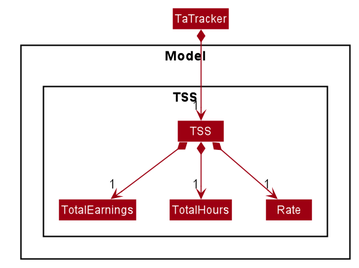
Above: docs/images/TssModelClassDiagram.png in nus-cs2103-AY1920S2/addressbook-level3 (PlantUML), before the change. Source of this version:
```plantuml
@startuml








skinparam BackgroundColor #FFFFFFF

skinparam Shadowing false

skinparam Class {
    FontColor #FFFFFF
    BorderThickness 1
    BorderColor #FFFFFF
    StereotypeFontColor #FFFFFF
    FontName Arial
}

skinparam Actor {
    BorderColor #000000
    Color #000000
    FontName Arial
}

skinparam Sequence {
    MessageAlign center
    BoxFontSize 15
    BoxPadding 0
    BoxFontColor #FFFFFF
    FontName Arial
}

skinparam Participant {
    FontColor #FFFFFFF
    Padding 20
}

skinparam MinClassWidth 50
skinparam ParticipantPadding 10
skinparam Shadowing false
skinparam DefaultTextAlignment center
skinparam packageStyle Rectangle

hide footbox
hide members
hide circle
package Model {

skinparam arrowThickness 1.1
skinparam arrowColor #9D0012
skinparam classBackgroundColor #9D0012

Package Model <<Rectangle>> {
package TSS {
class TSS
class TotalEarnings
class TotalHours
class Rate
}
}

Class HiddenOutside #FFFFFF

TaTracker *--> "1" TSS
TSS *-->"1" TotalEarnings
TSS *-->"1" TotalHours
TSS *-->"1" Rate

@enduml
```
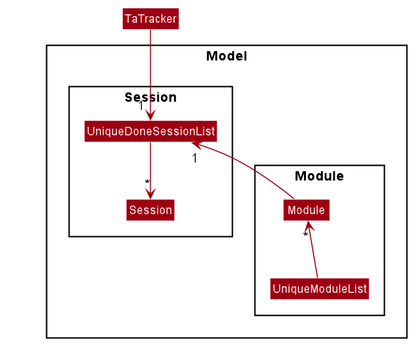
Later version of the same file.

Commit message:
Update TSS View model framework

The edit, as a diff of the source:
```diff
@@ -54,19 +54,22 @@
 skinparam classBackgroundColor #9D0012
 
 Package Model <<Rectangle>> {
-package TSS {
-class TSS
-class TotalEarnings
-class TotalHours
-class Rate
+package Session {
+class Session
+class UniqueDoneSessionList
+}
+package Module {
+class Module
+class UniqueModuleList
 }
 }
 
 Class HiddenOutside #FFFFFF
 
-TaTracker *--> "1" TSS
-TSS *-->"1" TotalEarnings
-TSS *-->"1" TotalHours
-TSS *-->"1" Rate
+TaTracker --> "1 " UniqueDoneSessionList
+UniqueModuleList -up-> "*" Module
+Module -up-> "1  " UniqueDoneSessionList
+UniqueDoneSessionList --> "*" Session
+
 
 @enduml
```
